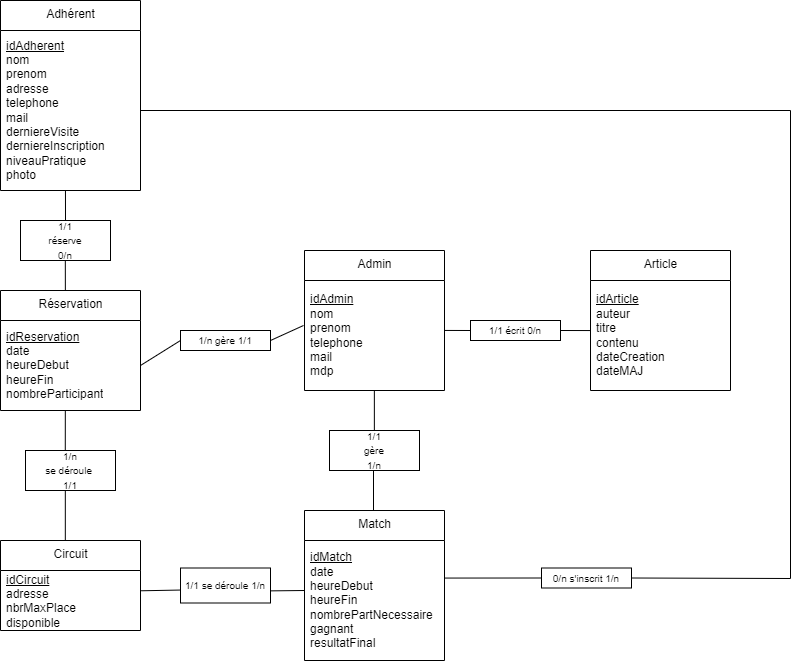
Above: Analyse-Conception/Diagrammes/EA_BDD.drawio.png in Patricien09/SAE-S3-Karting (draw.io), before the change. Source tidied: cells renumbered, new cells last; positions are measured from the earlier drawing's top-left corner, leaving out a move shared by most shapes. Source of this version:
```xml
<mxGraphModel>
  <root>
    <mxCell id="0" />
    <mxCell id="1" parent="0" />
    <mxCell id="2" value="Adhérent" style="swimlane;fontStyle=0;align=center;verticalAlign=top;horizontal=1;startSize=30;html=1;" parent="1" vertex="1">
      <mxGeometry width="140" height="190" as="geometry" />
    </mxCell>
    <mxCell id="3" value="&lt;u&gt;idAdherent&lt;/u&gt;&lt;br&gt;nom&lt;br&gt;prenom&lt;br&gt;adresse&lt;br&gt;telephone&lt;br&gt;mail&lt;br&gt;derniereVisite&lt;br&gt;derniereInscription&lt;br&gt;niveauPratique&lt;br&gt;photo" style="text;html=1;strokeColor=none;fillColor=none;align=left;verticalAlign=middle;spacingLeft=4;spacingRight=4;overflow=hidden;points=[[0,0.5],[1,0.5]];portConstraint=eastwest;" parent="2" vertex="1">
      <mxGeometry y="30" width="140" height="160" as="geometry" />
    </mxCell>
    <mxCell id="4" value="Admin" style="swimlane;fontStyle=0;align=center;verticalAlign=top;horizontal=1;startSize=30;html=1;" parent="1" vertex="1">
      <mxGeometry x="304" y="250" width="140" height="140" as="geometry" />
    </mxCell>
    <mxCell id="5" value="&lt;u&gt;idAdmin&lt;/u&gt;&lt;br&gt;nom&lt;br&gt;prenom&lt;br&gt;telephone&lt;br&gt;mail&lt;br&gt;mdp" style="text;html=1;strokeColor=none;fillColor=none;align=left;verticalAlign=middle;spacingLeft=4;spacingRight=4;overflow=hidden;points=[[0,0.5],[1,0.5]];portConstraint=eastwest;" parent="4" vertex="1">
      <mxGeometry y="30" width="140" height="110" as="geometry" />
    </mxCell>
    <mxCell id="6" value="Match" style="swimlane;fontStyle=0;align=center;verticalAlign=top;horizontal=1;startSize=30;html=1;" parent="1" vertex="1">
      <mxGeometry x="304" y="510" width="140" height="150" as="geometry" />
    </mxCell>
    <mxCell id="7" value="&lt;u&gt;idMatch&lt;/u&gt;&lt;br&gt;date&lt;br&gt;heureDebut&lt;br&gt;heureFin&lt;br&gt;nombrePartNecessaire&lt;br&gt;gagnant&lt;br&gt;resultatFinal" style="text;html=1;strokeColor=none;fillColor=none;align=left;verticalAlign=middle;spacingLeft=4;spacingRight=4;overflow=hidden;points=[[0,0.5],[1,0.5]];portConstraint=eastwest;" parent="6" vertex="1">
      <mxGeometry y="30" width="140" height="120" as="geometry" />
    </mxCell>
    <mxCell id="8" value="Circuit" style="swimlane;fontStyle=0;align=center;verticalAlign=top;horizontal=1;startSize=30;html=1;" parent="1" vertex="1">
      <mxGeometry y="540" width="140" height="90" as="geometry" />
    </mxCell>
    <mxCell id="9" value="&lt;u&gt;idCircuit&lt;/u&gt;&lt;br&gt;adresse&lt;br&gt;nbrMaxPlace&lt;br&gt;disponible" style="text;html=1;strokeColor=none;fillColor=none;align=left;verticalAlign=middle;spacingLeft=4;spacingRight=4;overflow=hidden;points=[[0,0.5],[1,0.5]];portConstraint=eastwest;" parent="8" vertex="1">
      <mxGeometry y="30" width="140" height="60" as="geometry" />
    </mxCell>
    <mxCell id="10" value="&lt;font style=&quot;font-size: 10px&quot;&gt;1/1 se déroule 1/n&lt;/font&gt;" style="rounded=0;whiteSpace=wrap;html=1;" parent="1" vertex="1">
      <mxGeometry x="180" y="567.5" width="90" height="35" as="geometry" />
    </mxCell>
    <mxCell id="11" value="Article" style="swimlane;fontStyle=0;align=center;verticalAlign=top;horizontal=1;startSize=30;html=1;" parent="1" vertex="1">
      <mxGeometry x="590" y="250" width="140" height="140" as="geometry" />
    </mxCell>
    <mxCell id="12" value="&lt;u&gt;idArticle&lt;/u&gt;&lt;br&gt;auteur&lt;br&gt;titre&lt;br&gt;contenu&lt;br&gt;dateCreation&lt;br&gt;dateMAJ" style="text;html=1;strokeColor=none;fillColor=none;align=left;verticalAlign=middle;spacingLeft=4;spacingRight=4;overflow=hidden;points=[[0,0.5],[1,0.5]];portConstraint=eastwest;" parent="11" vertex="1">
      <mxGeometry y="30" width="140" height="110" as="geometry" />
    </mxCell>
    <mxCell id="13" style="endArrow=none;html=1;fontSize=10;exitX=1.005;exitY=0.338;exitDx=0;exitDy=0;exitPerimeter=0;entryX=-0.003;entryY=0.63;entryDx=0;entryDy=0;entryPerimeter=0;" parent="1" edge="1" source="9" target="10">
      <mxGeometry relative="1" as="geometry" />
    </mxCell>
    <mxCell id="14" style="endArrow=none;html=1;fontSize=10;entryX=-0.003;entryY=0.63;entryDx=0;entryDy=0;entryPerimeter=0;" parent="1" edge="1">
      <mxGeometry relative="1" as="geometry">
        <mxPoint x="270" y="590.4" as="sourcePoint" />
        <mxPoint x="304" y="590" as="targetPoint" />
      </mxGeometry>
    </mxCell>
    <mxCell id="15" value="Réservation" style="swimlane;fontStyle=0;align=center;verticalAlign=top;horizontal=1;startSize=30;html=1;" parent="1" vertex="1">
      <mxGeometry y="290" width="140" height="120" as="geometry" />
    </mxCell>
    <mxCell id="16" value="&lt;u&gt;idReservation&lt;/u&gt;&lt;br&gt;date&lt;br&gt;heureDebut&lt;br&gt;heureFin&lt;br&gt;nombreParticipant" style="text;html=1;strokeColor=none;fillColor=none;align=left;verticalAlign=middle;spacingLeft=4;spacingRight=4;overflow=hidden;points=[[0,0.5],[1,0.5]];portConstraint=eastwest;" parent="15" vertex="1">
      <mxGeometry y="30" width="140" height="90" as="geometry" />
    </mxCell>
    <mxCell id="17" value="&lt;font style=&quot;font-size: 10px&quot;&gt;1/1&lt;br&gt;réserve&lt;br&gt;0/n&lt;br&gt;&lt;/font&gt;" style="rounded=0;whiteSpace=wrap;html=1;" parent="1" vertex="1">
      <mxGeometry x="20" y="220" width="90" height="40" as="geometry" />
    </mxCell>
    <mxCell id="18" style="endArrow=none;html=1;fontSize=10;exitX=0.5;exitY=0;exitDx=0;exitDy=0;entryX=0.464;entryY=1;entryDx=0;entryDy=0;entryPerimeter=0;" parent="1" edge="1" source="17" target="3">
      <mxGeometry relative="1" as="geometry" />
    </mxCell>
    <mxCell id="19" style="endArrow=none;html=1;fontSize=10;exitX=0.5;exitY=0;exitDx=0;exitDy=0;entryX=0.464;entryY=1;entryDx=0;entryDy=0;entryPerimeter=0;" parent="1" edge="1">
      <mxGeometry relative="1" as="geometry">
        <mxPoint x="64.9" y="290" as="sourcePoint" />
        <mxPoint x="64.8" y="260" as="targetPoint" />
      </mxGeometry>
    </mxCell>
    <mxCell id="20" value="&lt;font style=&quot;font-size: 10px&quot;&gt;1/n&lt;br&gt;se déroule &lt;br&gt;1/1&lt;/font&gt;" style="rounded=0;whiteSpace=wrap;html=1;" parent="1" vertex="1">
      <mxGeometry x="25" y="450" width="90" height="40" as="geometry" />
    </mxCell>
    <mxCell id="21" style="endArrow=none;html=1;fontSize=10;exitX=0.442;exitY=0;exitDx=0;exitDy=0;entryX=0.464;entryY=1;entryDx=0;entryDy=0;entryPerimeter=0;exitPerimeter=0;" parent="1" edge="1" source="20">
      <mxGeometry relative="1" as="geometry">
        <mxPoint x="64.8" y="410" as="targetPoint" />
      </mxGeometry>
    </mxCell>
    <mxCell id="22" style="endArrow=none;html=1;fontSize=10;exitX=0.463;exitY=0;exitDx=0;exitDy=0;entryX=0.464;entryY=1;entryDx=0;entryDy=0;entryPerimeter=0;exitPerimeter=0;" parent="1" edge="1" source="8">
      <mxGeometry relative="1" as="geometry">
        <mxPoint x="64.8" y="490" as="targetPoint" />
      </mxGeometry>
    </mxCell>
    <mxCell id="23" value="&lt;font style=&quot;font-size: 10px&quot;&gt;1/1&lt;br&gt;gère&lt;br&gt;1/n&lt;/font&gt;" style="rounded=0;whiteSpace=wrap;html=1;" parent="1" vertex="1">
      <mxGeometry x="329" y="430" width="90" height="40" as="geometry" />
    </mxCell>
    <mxCell id="24" style="endArrow=none;html=1;fontSize=10;exitX=0.5;exitY=0;exitDx=0;exitDy=0;entryX=0.499;entryY=1;entryDx=0;entryDy=0;entryPerimeter=0;" parent="1" edge="1" target="5">
      <mxGeometry relative="1" as="geometry">
        <mxPoint x="373.9" y="430" as="sourcePoint" />
      </mxGeometry>
    </mxCell>
    <mxCell id="25" style="endArrow=none;html=1;fontSize=10;exitX=0.5;exitY=0;exitDx=0;exitDy=0;entryX=0.499;entryY=1;entryDx=0;entryDy=0;entryPerimeter=0;" parent="1" edge="1">
      <mxGeometry relative="1" as="geometry">
        <mxPoint x="373" y="510" as="sourcePoint" />
        <mxPoint x="373" y="470" as="targetPoint" />
      </mxGeometry>
    </mxCell>
    <mxCell id="26" style="edgeStyle=none;html=1;exitX=1;exitY=0.5;exitDx=0;exitDy=0;entryX=-0.007;entryY=0.409;entryDx=0;entryDy=0;entryPerimeter=0;fontSize=10;endArrow=none;endFill=0;" parent="1" edge="1" source="28" target="5">
      <mxGeometry relative="1" as="geometry" />
    </mxCell>
    <mxCell id="27" style="edgeStyle=none;html=1;exitX=0;exitY=0.5;exitDx=0;exitDy=0;entryX=1;entryY=0.5;entryDx=0;entryDy=0;fontSize=10;endArrow=none;endFill=0;" parent="1" edge="1" source="28" target="16">
      <mxGeometry relative="1" as="geometry" />
    </mxCell>
    <mxCell id="28" value="&lt;span style=&quot;font-size: 10px&quot;&gt;1/n gère 1/1&lt;/span&gt;" style="rounded=0;whiteSpace=wrap;html=1;" parent="1" vertex="1">
      <mxGeometry x="180" y="330" width="90" height="20" as="geometry" />
    </mxCell>
    <mxCell id="29" style="edgeStyle=none;html=1;exitX=1;exitY=0.5;exitDx=0;exitDy=0;entryX=0;entryY=0.455;entryDx=0;entryDy=0;entryPerimeter=0;fontSize=10;endArrow=none;endFill=0;" parent="1" edge="1" source="31" target="12">
      <mxGeometry relative="1" as="geometry" />
    </mxCell>
    <mxCell id="30" style="edgeStyle=none;html=1;exitX=0;exitY=0.5;exitDx=0;exitDy=0;fontSize=10;endArrow=none;endFill=0;entryX=1.001;entryY=0.454;entryDx=0;entryDy=0;entryPerimeter=0;" parent="1" edge="1" source="31" target="5">
      <mxGeometry relative="1" as="geometry" />
    </mxCell>
    <mxCell id="31" value="&lt;span style=&quot;font-size: 10px&quot;&gt;1/1 écrit 0/n&lt;/span&gt;" style="rounded=0;whiteSpace=wrap;html=1;" parent="1" vertex="1">
      <mxGeometry x="470" y="320" width="90" height="20" as="geometry" />
    </mxCell>
    <mxCell id="32" style="edgeStyle=none;html=1;exitX=0;exitY=0.5;exitDx=0;exitDy=0;entryX=0.999;entryY=0.313;entryDx=0;entryDy=0;entryPerimeter=0;endArrow=none;endFill=0;rounded=0;" parent="1" edge="1" source="34" target="7">
      <mxGeometry relative="1" as="geometry" />
    </mxCell>
    <mxCell id="33" style="edgeStyle=none;rounded=0;html=1;exitX=1;exitY=0.5;exitDx=0;exitDy=0;entryX=1;entryY=0.5;entryDx=0;entryDy=0;endArrow=none;endFill=0;" parent="1" edge="1" source="34" target="3">
      <mxGeometry relative="1" as="geometry">
        <Array as="points">
          <mxPoint x="790" y="578" />
          <mxPoint x="790" y="110" />
        </Array>
      </mxGeometry>
    </mxCell>
    <mxCell id="34" value="&lt;span style=&quot;font-size: 10px&quot;&gt;0/n s'inscrit 1/n&lt;/span&gt;" style="rounded=0;whiteSpace=wrap;html=1;" parent="1" vertex="1">
      <mxGeometry x="541" y="567.5" width="90" height="20" as="geometry" />
    </mxCell>
  </root>
</mxGraphModel>
```
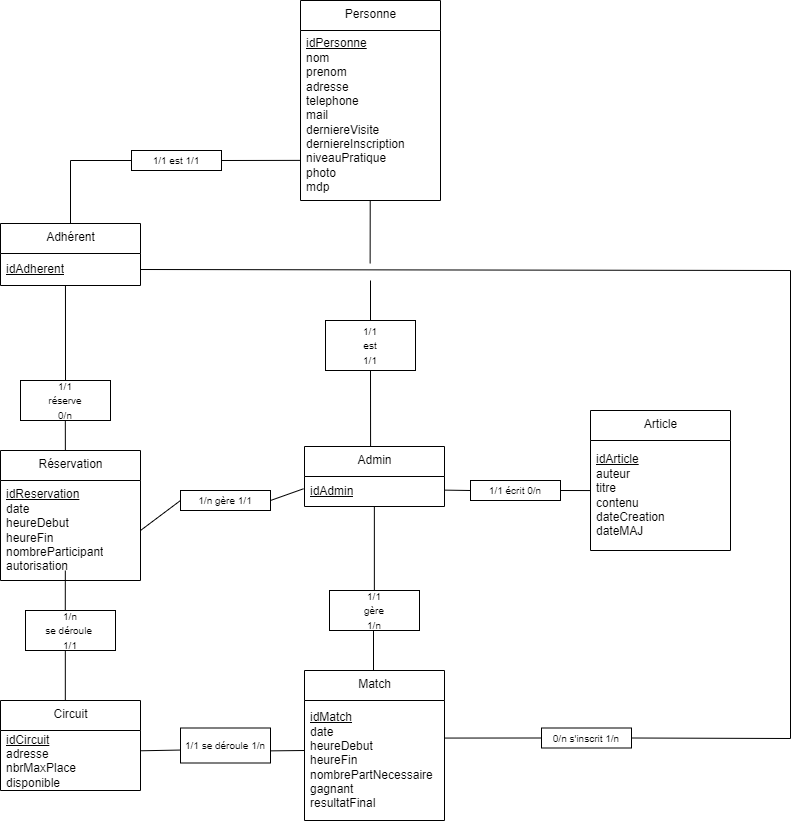
After the commit.

The edit, as a diff of the source:
```diff
@@ -3,16 +3,16 @@
     <mxCell id="0" />
     <mxCell id="1" parent="0" />
     <mxCell id="2" value="Adhérent" style="swimlane;fontStyle=0;align=center;verticalAlign=top;horizontal=1;startSize=30;html=1;" parent="1" vertex="1">
-      <mxGeometry width="140" height="190" as="geometry" />
+      <mxGeometry y="63" width="140" height="62" as="geometry" />
     </mxCell>
-    <mxCell id="3" value="&lt;u&gt;idAdherent&lt;/u&gt;&lt;br&gt;nom&lt;br&gt;prenom&lt;br&gt;adresse&lt;br&gt;telephone&lt;br&gt;mail&lt;br&gt;derniereVisite&lt;br&gt;derniereInscription&lt;br&gt;niveauPratique&lt;br&gt;photo" style="text;html=1;strokeColor=none;fillColor=none;align=left;verticalAlign=middle;spacingLeft=4;spacingRight=4;overflow=hidden;points=[[0,0.5],[1,0.5]];portConstraint=eastwest;" parent="2" vertex="1">
-      <mxGeometry y="30" width="140" height="160" as="geometry" />
+    <mxCell id="3" value="&lt;u&gt;idAdherent&lt;/u&gt;" style="text;html=1;strokeColor=none;fillColor=none;align=left;verticalAlign=middle;spacingLeft=4;spacingRight=4;overflow=hidden;points=[[0,0.5],[1,0.5]];portConstraint=eastwest;" parent="2" vertex="1">
+      <mxGeometry y="30" width="140" height="32" as="geometry" />
     </mxCell>
     <mxCell id="4" value="Admin" style="swimlane;fontStyle=0;align=center;verticalAlign=top;horizontal=1;startSize=30;html=1;" parent="1" vertex="1">
-      <mxGeometry x="304" y="250" width="140" height="140" as="geometry" />
+      <mxGeometry x="304" y="286" width="140" height="60" as="geometry" />
     </mxCell>
-    <mxCell id="5" value="&lt;u&gt;idAdmin&lt;/u&gt;&lt;br&gt;nom&lt;br&gt;prenom&lt;br&gt;telephone&lt;br&gt;mail&lt;br&gt;mdp" style="text;html=1;strokeColor=none;fillColor=none;align=left;verticalAlign=middle;spacingLeft=4;spacingRight=4;overflow=hidden;points=[[0,0.5],[1,0.5]];portConstraint=eastwest;" parent="4" vertex="1">
-      <mxGeometry y="30" width="140" height="110" as="geometry" />
+    <mxCell id="5" value="&lt;u&gt;idAdmin&lt;/u&gt;" style="text;html=1;strokeColor=none;fillColor=none;align=left;verticalAlign=middle;spacingLeft=4;spacingRight=4;overflow=hidden;points=[[0,0.5],[1,0.5]];portConstraint=eastwest;" parent="4" vertex="1">
+      <mxGeometry y="30" width="140" height="30" as="geometry" />
     </mxCell>
     <mxCell id="6" value="Match" style="swimlane;fontStyle=0;align=center;verticalAlign=top;horizontal=1;startSize=30;html=1;" parent="1" vertex="1">
       <mxGeometry x="304" y="510" width="140" height="150" as="geometry" />
@@ -45,10 +45,10 @@
       </mxGeometry>
     </mxCell>
     <mxCell id="15" value="Réservation" style="swimlane;fontStyle=0;align=center;verticalAlign=top;horizontal=1;startSize=30;html=1;" parent="1" vertex="1">
-      <mxGeometry y="290" width="140" height="120" as="geometry" />
+      <mxGeometry y="290" width="140" height="130" as="geometry" />
     </mxCell>
-    <mxCell id="16" value="&lt;u&gt;idReservation&lt;/u&gt;&lt;br&gt;date&lt;br&gt;heureDebut&lt;br&gt;heureFin&lt;br&gt;nombreParticipant" style="text;html=1;strokeColor=none;fillColor=none;align=left;verticalAlign=middle;spacingLeft=4;spacingRight=4;overflow=hidden;points=[[0,0.5],[1,0.5]];portConstraint=eastwest;" parent="15" vertex="1">
-      <mxGeometry y="30" width="140" height="90" as="geometry" />
+    <mxCell id="16" value="&lt;u&gt;idReservation&lt;/u&gt;&lt;br&gt;date&lt;br&gt;heureDebut&lt;br&gt;heureFin&lt;br&gt;nombreParticipant&lt;br&gt;autorisation" style="text;html=1;strokeColor=none;fillColor=none;align=left;verticalAlign=middle;spacingLeft=4;spacingRight=4;overflow=hidden;points=[[0,0.5],[1,0.5]];portConstraint=eastwest;" parent="15" vertex="1">
+      <mxGeometry y="30" width="140" height="100" as="geometry" />
     </mxCell>
     <mxCell id="17" value="&lt;font style=&quot;font-size: 10px&quot;&gt;1/1&lt;br&gt;réserve&lt;br&gt;0/n&lt;br&gt;&lt;/font&gt;" style="rounded=0;whiteSpace=wrap;html=1;" parent="1" vertex="1">
       <mxGeometry x="20" y="220" width="90" height="40" as="geometry" />
@@ -121,5 +121,40 @@
     <mxCell id="34" value="&lt;span style=&quot;font-size: 10px&quot;&gt;0/n s'inscrit 1/n&lt;/span&gt;" style="rounded=0;whiteSpace=wrap;html=1;" parent="1" vertex="1">
       <mxGeometry x="541" y="567.5" width="90" height="20" as="geometry" />
     </mxCell>
+    <mxCell id="35" value="Personne" style="swimlane;fontStyle=0;align=center;verticalAlign=top;horizontal=1;startSize=30;html=1;" parent="1" vertex="1">
+      <mxGeometry x="300" y="-160" width="140" height="200" as="geometry" />
+    </mxCell>
+    <mxCell id="36" value="&lt;u&gt;idPersonne&lt;/u&gt;&lt;br&gt;nom&lt;br&gt;prenom&lt;br&gt;adresse&lt;br&gt;telephone&lt;br&gt;mail&lt;br&gt;derniereVisite&lt;br&gt;derniereInscription&lt;br&gt;niveauPratique&lt;br&gt;photo&lt;br&gt;mdp" style="text;html=1;strokeColor=none;fillColor=none;align=left;verticalAlign=middle;spacingLeft=4;spacingRight=4;overflow=hidden;points=[[0,0.5],[1,0.5]];portConstraint=eastwest;" parent="35" vertex="1">
+      <mxGeometry y="30" width="140" height="170" as="geometry" />
+    </mxCell>
+    <mxCell id="37" style="edgeStyle=none;html=1;exitX=1;exitY=0.5;exitDx=0;exitDy=0;entryX=-0.003;entryY=0.764;entryDx=0;entryDy=0;entryPerimeter=0;endArrow=none;endFill=0;" parent="1" edge="1" source="39" target="36">
+      <mxGeometry relative="1" as="geometry" />
+    </mxCell>
+    <mxCell id="38" style="edgeStyle=none;html=1;exitX=0;exitY=0.5;exitDx=0;exitDy=0;entryX=0.5;entryY=0;entryDx=0;entryDy=0;endArrow=none;endFill=0;rounded=0;" parent="1" edge="1" source="39" target="2">
+      <mxGeometry relative="1" as="geometry">
+        <Array as="points">
+          <mxPoint x="70" />
+        </Array>
+      </mxGeometry>
+    </mxCell>
+    <mxCell id="39" value="&lt;span style=&quot;font-size: 10px&quot;&gt;1/1 est 1/1&lt;/span&gt;" style="rounded=0;whiteSpace=wrap;html=1;" parent="1" vertex="1">
+      <mxGeometry x="131" y="-10" width="90" height="20" as="geometry" />
+    </mxCell>
+    <mxCell id="40" style="edgeStyle=none;rounded=0;html=1;exitX=0.5;exitY=0;exitDx=0;exitDy=0;endArrow=none;endFill=0;" parent="1" edge="1" source="42">
+      <mxGeometry relative="1" as="geometry">
+        <mxPoint x="370" y="120" as="targetPoint" />
+      </mxGeometry>
+    </mxCell>
+    <mxCell id="41" style="edgeStyle=none;rounded=0;html=1;exitX=0.5;exitY=1;exitDx=0;exitDy=0;endArrow=none;endFill=0;entryX=0.472;entryY=-0.005;entryDx=0;entryDy=0;entryPerimeter=0;" parent="1" edge="1" source="42" target="4">
+      <mxGeometry relative="1" as="geometry" />
+    </mxCell>
+    <mxCell id="42" value="&lt;span style=&quot;font-size: 10px&quot;&gt;1/1&lt;br&gt;est&lt;br&gt;1/1&lt;br&gt;&lt;/span&gt;" style="rounded=0;whiteSpace=wrap;html=1;" parent="1" vertex="1">
+      <mxGeometry x="325" y="160" width="90" height="50" as="geometry" />
+    </mxCell>
+    <mxCell id="43" style="edgeStyle=none;rounded=0;html=1;exitX=0.5;exitY=0;exitDx=0;exitDy=0;endArrow=none;endFill=0;entryX=0.498;entryY=0.998;entryDx=0;entryDy=0;entryPerimeter=0;" parent="1" edge="1" target="36">
+      <mxGeometry relative="1" as="geometry">
+        <mxPoint x="369.6" y="103" as="sourcePoint" />
+      </mxGeometry>
+    </mxCell>
   </root>
 </mxGraphModel>
```
